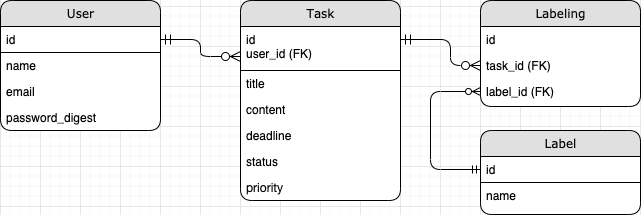
The draw.io diagram docs/ER_diagram.png in tomomiogino/everyleaf_exam, before a commit. Source tidied: cells renumbered, new cells last; positions are measured from the earlier drawing's top-left corner, leaving out a move shared by most shapes.
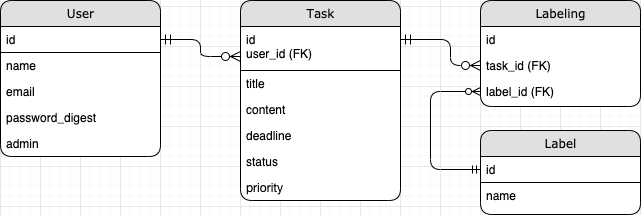
After the change.

Change to the diagram source:
```diff
@@ -3,7 +3,7 @@
     <mxCell id="0" />
     <mxCell id="1" parent="0" />
     <mxCell id="2" value="User" style="swimlane;html=1;fontStyle=0;horizontal=1;startSize=26;fillColor=#e0e0e0;swimlaneFillColor=#ffffff;align=center;rounded=1;shadow=0;comic=0;labelBackgroundColor=none;strokeWidth=1;fontFamily=Verdana;fontSize=12;" parent="1" vertex="1">
-      <mxGeometry width="160" height="130" as="geometry" />
+      <mxGeometry width="160" height="156" as="geometry" />
     </mxCell>
     <mxCell id="3" value="id" style="text;html=1;fillColor=none;spacingLeft=4;spacingRight=4;whiteSpace=wrap;overflow=hidden;points=[[0,0.5],[1,0.5]];portConstraint=eastwest;strokeColor=#000000;" parent="2" vertex="1">
       <mxGeometry y="26" width="160" height="26" as="geometry" />
@@ -11,11 +11,14 @@
     <mxCell id="4" value="name" style="text;html=1;strokeColor=none;fillColor=none;spacingLeft=4;spacingRight=4;whiteSpace=wrap;overflow=hidden;" parent="2" vertex="1">
       <mxGeometry y="52" width="160" height="26" as="geometry" />
     </mxCell>
+    <mxCell id="24" value="email" style="text;html=1;strokeColor=none;fillColor=none;spacingLeft=4;spacingRight=4;whiteSpace=wrap;overflow=hidden;" parent="2" vertex="1">
+      <mxGeometry y="78" width="160" height="26" as="geometry" />
+    </mxCell>
-    <mxCell id="5" value="email" style="text;html=1;strokeColor=none;fillColor=none;spacingLeft=4;spacingRight=4;whiteSpace=wrap;overflow=hidden;" parent="2" vertex="1">
-      <mxGeometry y="78" width="160" height="26" as="geometry" />
+    <mxCell id="5" value="password_digest" style="text;html=1;strokeColor=none;fillColor=none;spacingLeft=4;spacingRight=4;whiteSpace=wrap;overflow=hidden;" parent="2" vertex="1">
+      <mxGeometry y="104" width="160" height="26" as="geometry" />
     </mxCell>
-    <mxCell id="6" value="password_digest" style="text;html=1;strokeColor=none;fillColor=none;spacingLeft=4;spacingRight=4;whiteSpace=wrap;overflow=hidden;" parent="2" vertex="1">
-      <mxGeometry y="104" width="160" height="26" as="geometry" />
+    <mxCell id="6" value="admin" style="text;html=1;strokeColor=none;fillColor=none;spacingLeft=4;spacingRight=4;whiteSpace=wrap;overflow=hidden;" parent="2" vertex="1">
+      <mxGeometry y="130" width="160" height="26" as="geometry" />
     </mxCell>
     <mxCell id="7" value="Task&lt;br&gt;" style="swimlane;html=1;fontStyle=0;horizontal=1;startSize=26;fillColor=#e0e0e0;swimlaneFillColor=#ffffff;align=center;rounded=1;shadow=0;comic=0;labelBackgroundColor=none;strokeWidth=1;fontFamily=Verdana;fontSize=12;labelBorderColor=none;" parent="1" vertex="1">
       <mxGeometry x="240" width="160" height="200" as="geometry" />
```
